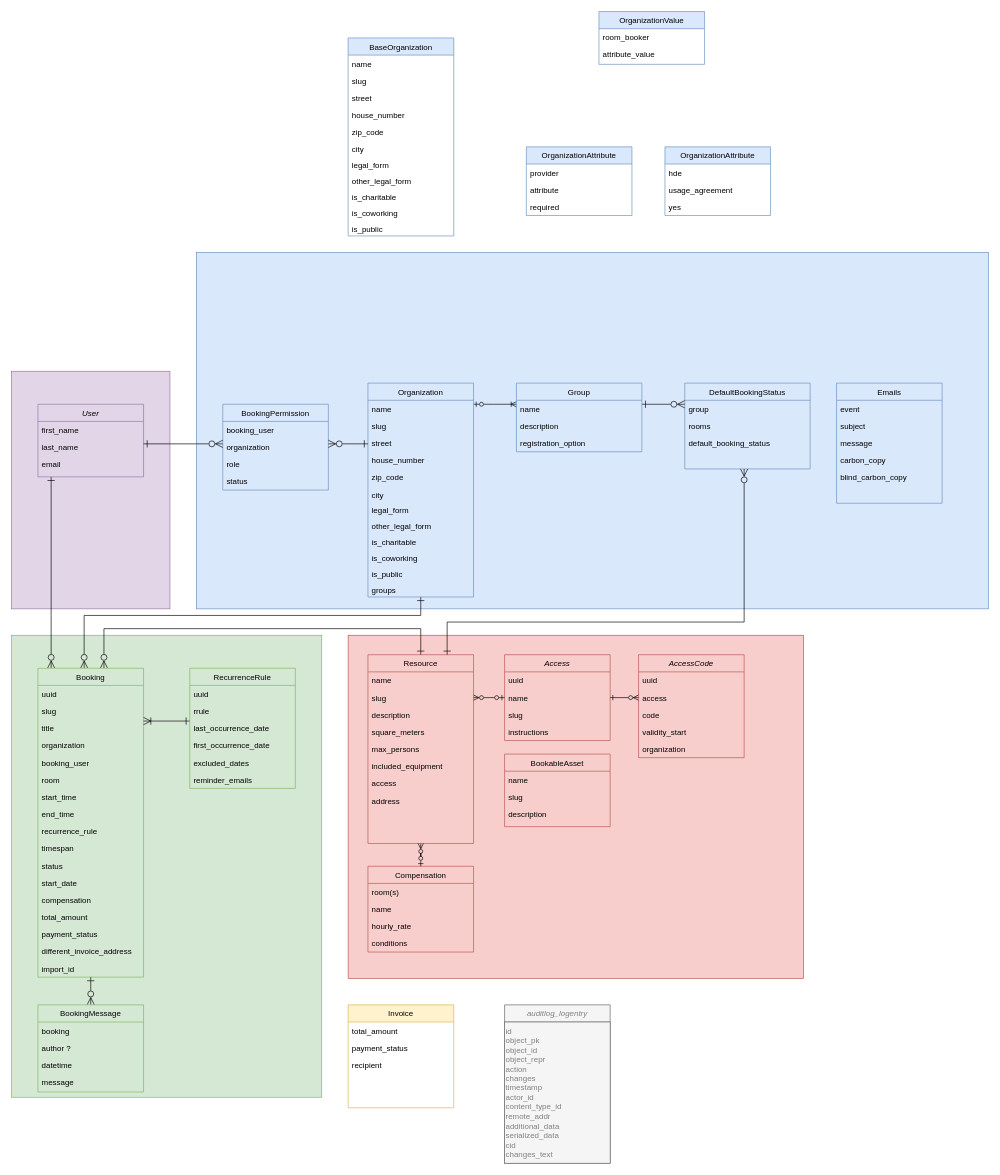
This is docs/modelling/erd-v1.3.0.drawio from Haus-des-Engagements/re-sharing, a draw.io file, before an edit. Source tidied: cells renumbered, new cells numbered last; positions are measured from the earlier drawing's top-left corner, leaving out a move shared by most shapes. Both pictures are drawn from the tidied source at 66%, with x=0, y=0 at pixel (11, 11).
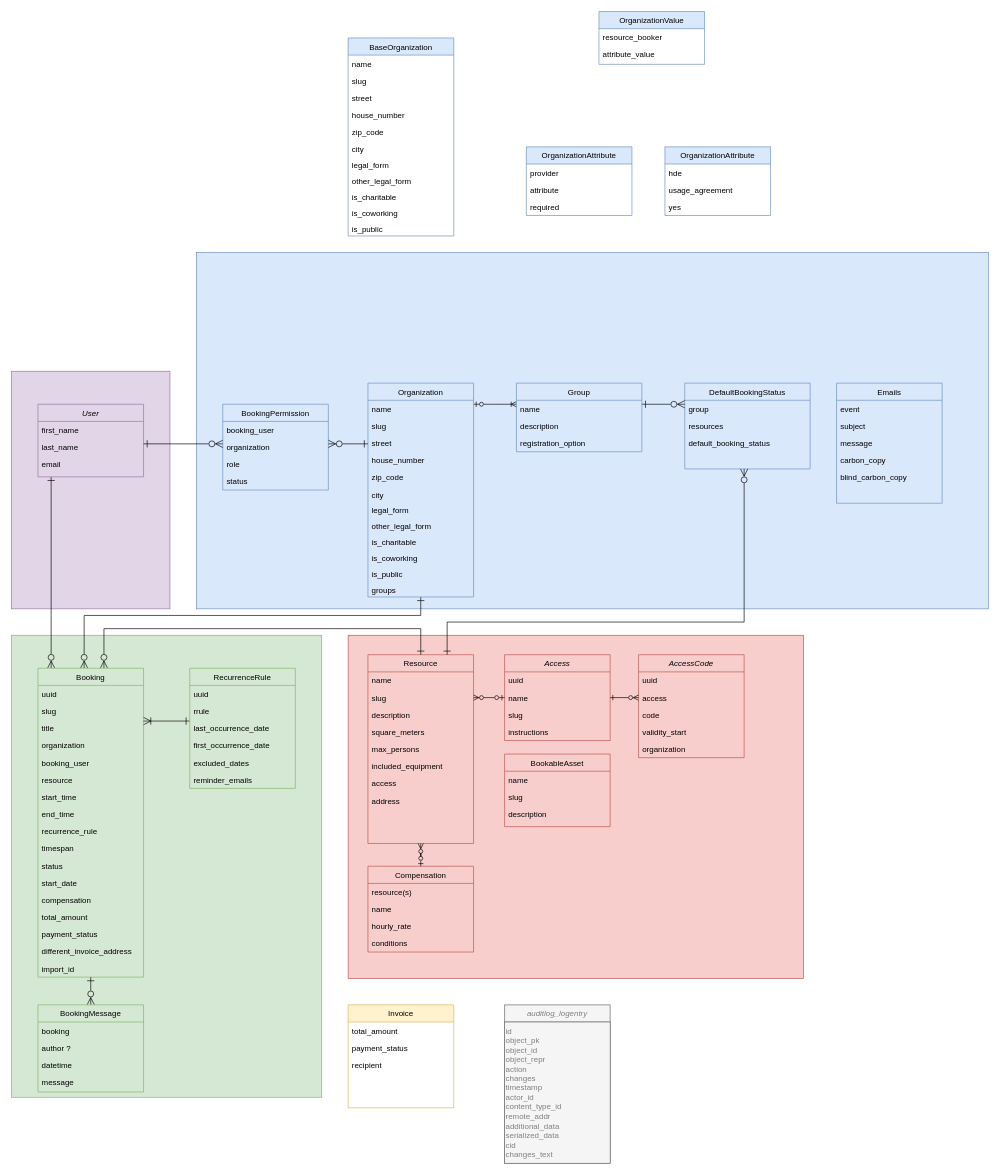
After the change.

Unchanged cells that the change refers to:
```xml
<mxCell id="38" value="Booking" style="swimlane;fontStyle=0;align=center;verticalAlign=top;horizontal=1;startSize=26;rounded=0;shadow=0;strokeWidth=1;fillColor=#d5e8d4;strokeColor=#82b366;" parent="1" vertex="1">
  <mxGeometry x="40" y="995" width="160" height="468" as="geometry" />
</mxCell>
<mxCell id="63" value="DefaultBookingStatus" style="swimlane;fontStyle=0;align=center;verticalAlign=top;horizontal=1;startSize=26;rounded=0;shadow=0;strokeWidth=1;fillColor=#dae8fc;strokeColor=#6c8ebf;" parent="1" vertex="1">
  <mxGeometry x="1020" y="563" width="190" height="130" as="geometry" />
</mxCell>
<mxCell id="76" value="Compensation" style="swimlane;fontStyle=0;align=center;verticalAlign=top;horizontal=1;startSize=26;rounded=0;shadow=0;strokeWidth=1;fillColor=#f8cecc;strokeColor=#b85450;" parent="1" vertex="1">
  <mxGeometry x="540" y="1295" width="160" height="130" as="geometry" />
</mxCell>
<mxCell id="126" value="OrganizationValue" style="swimlane;fontStyle=0;align=center;verticalAlign=top;horizontal=1;startSize=26;rounded=0;shadow=0;strokeWidth=1;fillColor=#dae8fc;strokeColor=#6c8ebf;" parent="1" vertex="1">
  <mxGeometry x="890" width="160" height="80" as="geometry" />
</mxCell>
```

The edit, as a diff of the source:
```diff
@@
-    <mxCell id="44" value="room" style="text;align=left;verticalAlign=top;spacingLeft=4;spacingRight=4;overflow=hidden;" parent="38" vertex="1">
+    <mxCell id="44" value="resource" style="text;align=left;verticalAlign=top;spacingLeft=4;spacingRight=4;overflow=hidden;" parent="38" vertex="1">
       <mxGeometry y="156" width="160" height="26" as="geometry" />
     </mxCell>
@@
-    <mxCell id="65" value="rooms" style="text;align=left;verticalAlign=top;spacingLeft=4;spacingRight=4;overflow=hidden;rounded=0;shadow=0;html=0;" parent="63" vertex="1">
+    <mxCell id="65" value="resources" style="text;align=left;verticalAlign=top;spacingLeft=4;spacingRight=4;overflow=hidden;rounded=0;shadow=0;html=0;" parent="63" vertex="1">
       <mxGeometry y="52" width="190" height="26" as="geometry" />
     </mxCell>
@@
-    <mxCell id="77" value="room(s)" style="text;align=left;verticalAlign=top;spacingLeft=4;spacingRight=4;overflow=hidden;rounded=0;shadow=0;html=0;" parent="76" vertex="1">
+    <mxCell id="77" value="resource(s)" style="text;align=left;verticalAlign=top;spacingLeft=4;spacingRight=4;overflow=hidden;rounded=0;shadow=0;html=0;" parent="76" vertex="1">
       <mxGeometry y="26" width="160" height="26" as="geometry" />
     </mxCell>
@@
-    <mxCell id="127" value="room_booker" style="text;align=left;verticalAlign=top;spacingLeft=4;spacingRight=4;overflow=hidden;" parent="126" vertex="1">
+    <mxCell id="127" value="resource_booker" style="text;align=left;verticalAlign=top;spacingLeft=4;spacingRight=4;overflow=hidden;" parent="126" vertex="1">
       <mxGeometry y="26" width="160" height="26" as="geometry" />
     </mxCell>
```
